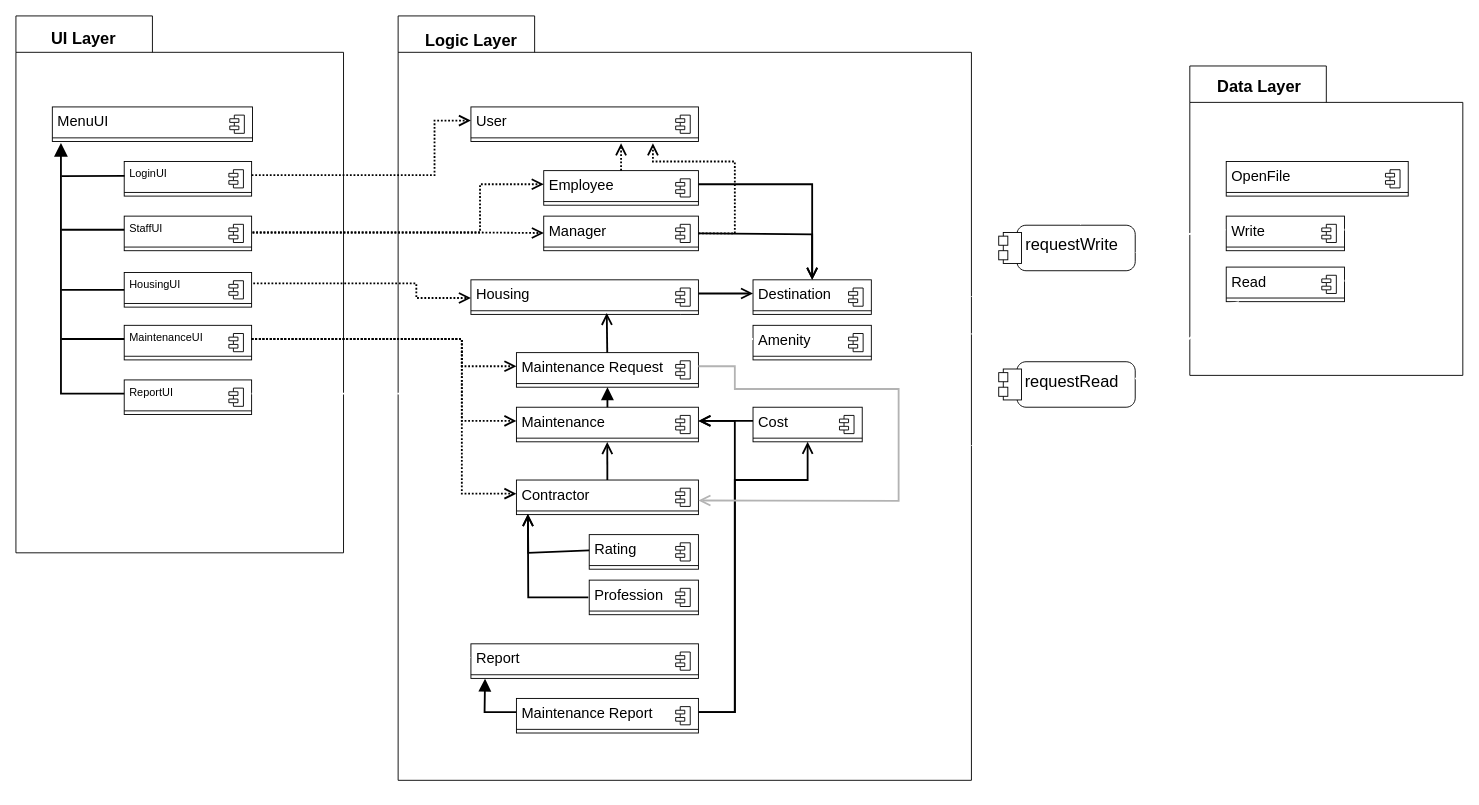
The draw.io diagram design/rit/3-tier design Class Diagram.drawio in Sesslja/Verklegtnamskeid-1, before the edit. Source tidied: cells renumbered, new cells numbered last; positions are measured from the earlier drawing's top-left corner, leaving out a move shared by most shapes. Both pictures are drawn from the tidied source at 91%, with x=0, y=0 at pixel (15, 15).
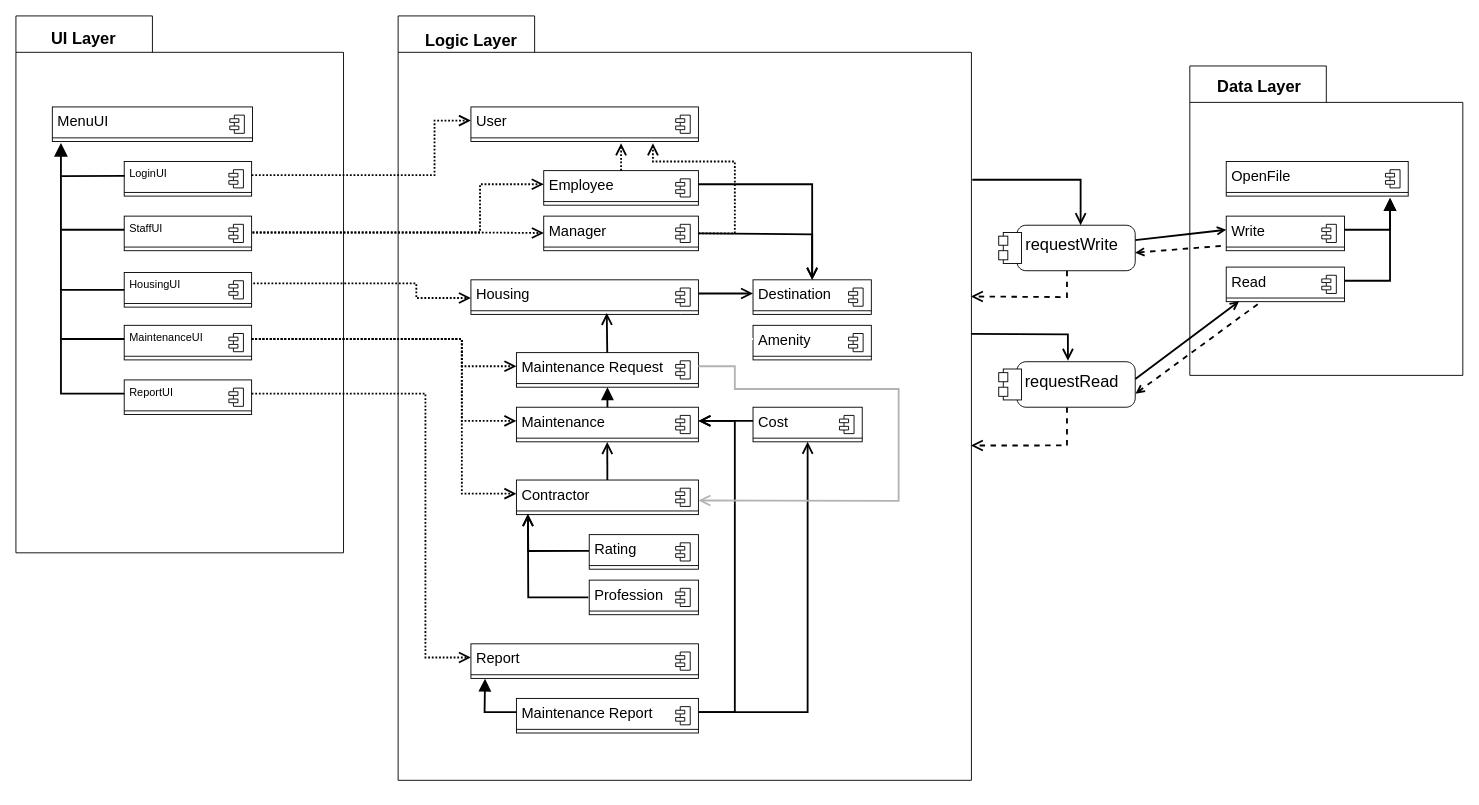
The same diagram, later.

Unchanged cells that the change refers to:
```xml
<mxCell id="26" value="ReportUI" style="html=1;align=left;spacingLeft=4;verticalAlign=top;strokeColor=none;fillColor=none;" parent="25" vertex="1">
  <mxGeometry width="140" height="30" as="geometry" />
</mxCell>
<mxCell id="30" style="group;" parent="1" vertex="1">
  <mxGeometry x="420" width="630" height="850" as="geometry" />
</mxCell>
<mxCell id="31" style="shape=folder;fontStyle=1;tabWidth=150;tabHeight=40;tabPosition=left;html=1;boundedLbl=1;" parent="30" vertex="1">
  <mxGeometry width="630" height="840" as="geometry" />
</mxCell>
<mxCell id="64" style="fontStyle=1;align=center;verticalAlign=top;horizontal=1;fontSize=18;" parent="30" vertex="1">
  <mxGeometry x="130" y="510" width="200" height="38" as="geometry" />
</mxCell>
<mxCell id="72" value="&lt;span style=&quot;font-size: 16px&quot;&gt;Rating&lt;/span&gt;" style="html=1;align=left;spacingLeft=4;verticalAlign=top;strokeColor=none;fillColor=none;" parent="71" vertex="1">
  <mxGeometry width="120" height="30" as="geometry" />
</mxCell>
<mxCell id="76" style="fontStyle=1;align=center;verticalAlign=top;horizontal=1;fontSize=18;" parent="30" vertex="1">
  <mxGeometry x="390" y="430" width="120" height="38" as="geometry" />
</mxCell>
<mxCell id="90" value="&lt;span style=&quot;font-size: 16px&quot;&gt;Maintenance Report&lt;/span&gt;" style="html=1;align=left;spacingLeft=4;verticalAlign=top;strokeColor=none;fillColor=none;" parent="89" vertex="1">
  <mxGeometry width="200" height="30" as="geometry" />
</mxCell>
<mxCell id="94" value="&lt;span style=&quot;font-size: 16px&quot;&gt;Report&lt;/span&gt;" style="html=1;align=left;spacingLeft=4;verticalAlign=top;strokeColor=none;fillColor=none;" parent="93" vertex="1">
  <mxGeometry width="250" height="30" as="geometry" />
</mxCell>
<mxCell id="109" style="fontStyle=1;align=center;verticalAlign=top;horizontal=1;fontSize=18;" parent="102" vertex="1">
  <mxGeometry x="40" y="165" width="130" height="38" as="geometry" />
</mxCell>
<mxCell id="110" value="&lt;span style=&quot;font-size: 16px&quot;&gt;Write&lt;/span&gt;" style="html=1;align=left;spacingLeft=4;verticalAlign=top;strokeColor=none;fillColor=none;" parent="109" vertex="1">
  <mxGeometry width="130" height="30" as="geometry" />
</mxCell>
<mxCell id="113" style="fontStyle=1;align=center;verticalAlign=top;horizontal=1;fontSize=18;" parent="102" vertex="1">
  <mxGeometry x="40" y="221" width="130" height="38" as="geometry" />
</mxCell>
<mxCell id="114" value="&lt;span style=&quot;font-size: 16px&quot;&gt;Read&lt;/span&gt;" style="html=1;align=left;spacingLeft=4;verticalAlign=top;strokeColor=none;fillColor=none;" parent="113" vertex="1">
  <mxGeometry width="130" height="30" as="geometry" />
</mxCell>
<mxCell id="132" value="requestWrite" style="shape=mxgraph.uml25.actionParams;html=1;align=center;verticalAlign=top;absoluteArcSize=1;arcSize=10;dashed=0;spacingLeft=10;spacingTop=5;fontSize=18;" parent="1" vertex="1">
  <mxGeometry x="1080" y="230" width="150" height="50" as="geometry" />
</mxCell>
<mxCell id="136" value="requestRead" style="shape=mxgraph.uml25.actionParams;html=1;align=center;verticalAlign=top;absoluteArcSize=1;arcSize=10;dashed=0;spacingLeft=10;spacingTop=5;fontSize=18;" parent="1" vertex="1">
  <mxGeometry x="1080" y="380" width="150" height="50" as="geometry" />
</mxCell>
```

What changed in the source:
```diff
@@
-    <mxCell id="75" style="edgeStyle=none;rounded=0;html=1;fontSize=18;startArrow=none;startFill=0;endArrow=open;endFill=0;startSize=10;endSize=9;strokeWidth=2;entryX=0.063;entryY=0.984;entryDx=0;entryDy=0;entryPerimeter=0;" parent="30" edge="1" source="72" target="64">
+    <mxCell id="75" style="edgeStyle=none;rounded=0;html=1;fontSize=18;startArrow=none;startFill=0;endArrow=open;endFill=0;startSize=10;endSize=9;strokeWidth=2;entryX=0.063;entryY=0.984;entryDx=0;entryDy=0;entryPerimeter=0;exitX=-0.002;exitY=0.598;exitDx=0;exitDy=0;exitPerimeter=0;" parent="30" edge="1" source="72" target="64">
       <mxGeometry relative="1" as="geometry">
         <Array as="points">
-          <mxPoint x="143" y="590" />
+          <mxPoint x="143" y="588" />
         </Array>
       </mxGeometry>
     </mxCell>
@@
     <mxCell id="82" style="edgeStyle=none;rounded=0;html=1;fontSize=18;startArrow=none;startFill=0;endArrow=open;endFill=0;startSize=10;endSize=9;strokeWidth=2;entryX=0.5;entryY=1;entryDx=0;entryDy=0;" parent="30" edge="1" source="90" target="76">
       <mxGeometry relative="1" as="geometry">
         <Array as="points">
-          <mxPoint x="370" y="765" />
-          <mxPoint x="370" y="510" />
+          <mxPoint x="450" y="765" />
           <mxPoint x="450" y="510" />
         </Array>
       </mxGeometry>
     </mxCell>
@@
-    <mxCell id="130" style="edgeStyle=none;rounded=0;sketch=0;html=1;entryX=0.999;entryY=0.367;entryDx=0;entryDy=0;entryPerimeter=0;shadow=0;fontSize=18;startArrow=none;startFill=0;endArrow=open;endFill=0;startSize=10;endSize=9;strokeColor=#FFFFFF;strokeWidth=2;dashed=1;" parent="1" edge="1" source="132" target="31">
+    <mxCell id="130" style="edgeStyle=none;rounded=0;sketch=0;html=1;entryX=0.999;entryY=0.367;entryDx=0;entryDy=0;entryPerimeter=0;shadow=0;fontSize=18;startArrow=none;startFill=0;endArrow=open;endFill=0;startSize=10;endSize=9;strokeWidth=2;dashed=1;" parent="1" edge="1" source="132" target="31">
       <mxGeometry relative="1" as="geometry">
         <Array as="points">
           <mxPoint x="1155" y="309" />
         </Array>
       </mxGeometry>
     </mxCell>
-    <mxCell id="131" style="edgeStyle=none;rounded=0;sketch=0;html=1;entryX=0;entryY=0.5;entryDx=0;entryDy=0;shadow=0;fontSize=18;startArrow=none;startFill=0;endArrow=open;endFill=0;strokeColor=#FFFFFF;strokeWidth=2;" parent="1" edge="1" source="132" target="110">
+    <mxCell id="131" style="edgeStyle=none;rounded=0;sketch=0;html=1;entryX=0;entryY=0.5;entryDx=0;entryDy=0;shadow=0;fontSize=18;startArrow=none;startFill=0;endArrow=open;endFill=0;strokeWidth=2;" parent="1" edge="1" source="132" target="110">
       <mxGeometry relative="1" as="geometry" />
     </mxCell>
@@
-    <mxCell id="133" style="edgeStyle=none;rounded=0;sketch=0;html=1;entryX=0.6;entryY=0;entryDx=0;entryDy=0;entryPerimeter=0;shadow=0;fontSize=18;startArrow=none;startFill=0;endArrow=open;endFill=0;startSize=10;endSize=9;strokeWidth=2;strokeColor=#FFFFFF;" parent="1" edge="1" target="132">
+    <mxCell id="133" style="edgeStyle=none;rounded=0;sketch=0;html=1;entryX=0.6;entryY=0;entryDx=0;entryDy=0;entryPerimeter=0;shadow=0;fontSize=18;startArrow=none;startFill=0;endArrow=open;endFill=0;startSize=10;endSize=9;strokeWidth=2;" parent="1" edge="1" target="132">
       <mxGeometry relative="1" as="geometry">
         <mxPoint x="1051" y="180" as="sourcePoint" />
         <Array as="points">
           <mxPoint x="1170" y="180" />
         </Array>
       </mxGeometry>
     </mxCell>
-    <mxCell id="134" style="edgeStyle=none;rounded=0;sketch=0;html=1;entryX=0.999;entryY=0.562;entryDx=0;entryDy=0;entryPerimeter=0;shadow=0;dashed=1;fontSize=18;startArrow=none;startFill=0;endArrow=open;endFill=0;startSize=10;endSize=9;strokeColor=#FFFFFF;strokeWidth=2;" parent="1" edge="1" source="136" target="31">
+    <mxCell id="134" style="edgeStyle=none;rounded=0;sketch=0;html=1;entryX=0.999;entryY=0.562;entryDx=0;entryDy=0;entryPerimeter=0;shadow=0;dashed=1;fontSize=18;startArrow=none;startFill=0;endArrow=open;endFill=0;startSize=10;endSize=9;strokeWidth=2;" parent="1" edge="1" source="136" target="31">
       <mxGeometry relative="1" as="geometry">
         <Array as="points">
           <mxPoint x="1155" y="472" />
         </Array>
       </mxGeometry>
     </mxCell>
-    <mxCell id="135" style="edgeStyle=none;rounded=0;sketch=0;html=1;entryX=0.292;entryY=1.008;entryDx=0;entryDy=0;shadow=0;dashed=1;fontSize=18;startArrow=open;startFill=0;endArrow=none;endFill=0;strokeColor=#FFFFFF;strokeWidth=2;exitX=1.002;exitY=0.703;exitDx=0;exitDy=0;exitPerimeter=0;entryPerimeter=0;" parent="1" edge="1" source="136" target="113">
+    <mxCell id="135" style="edgeStyle=none;rounded=0;sketch=0;html=1;entryX=0.292;entryY=1.008;entryDx=0;entryDy=0;shadow=0;dashed=1;fontSize=18;startArrow=open;startFill=0;endArrow=none;endFill=0;strokeWidth=2;exitX=1.002;exitY=0.703;exitDx=0;exitDy=0;exitPerimeter=0;entryPerimeter=0;" parent="1" edge="1" source="136" target="113">
       <mxGeometry relative="1" as="geometry" />
     </mxCell>
@@
-    <mxCell id="137" style="edgeStyle=none;rounded=0;sketch=0;html=1;entryX=0.507;entryY=-0.02;entryDx=0;entryDy=0;entryPerimeter=0;shadow=0;fontSize=18;startArrow=none;startFill=0;endArrow=open;endFill=0;startSize=10;endSize=9;strokeColor=#FFFFFF;strokeWidth=2;exitX=1;exitY=0.416;exitDx=0;exitDy=0;exitPerimeter=0;" parent="1" edge="1" source="31" target="136">
+    <mxCell id="137" style="edgeStyle=none;rounded=0;sketch=0;html=1;entryX=0.507;entryY=-0.02;entryDx=0;entryDy=0;entryPerimeter=0;shadow=0;fontSize=18;startArrow=none;startFill=0;endArrow=open;endFill=0;startSize=10;endSize=9;strokeWidth=2;exitX=1;exitY=0.416;exitDx=0;exitDy=0;exitPerimeter=0;" parent="1" edge="1" source="31" target="136">
       <mxGeometry relative="1" as="geometry">
         <Array as="points">
           <mxPoint x="1156" y="350" />
         </Array>
       </mxGeometry>
     </mxCell>
-    <mxCell id="138" style="edgeStyle=none;rounded=0;sketch=0;html=1;shadow=0;fontSize=18;startArrow=none;startFill=0;endArrow=block;endFill=1;startSize=10;endSize=9;strokeColor=#FFFFFF;strokeWidth=2;" parent="1" edge="1" source="110">
+    <mxCell id="138" style="edgeStyle=none;rounded=0;sketch=0;html=1;shadow=0;fontSize=18;startArrow=none;startFill=0;endArrow=block;endFill=1;startSize=10;endSize=9;strokeWidth=2;" parent="1" edge="1" source="110">
       <mxGeometry relative="1" as="geometry">
         <mxPoint x="1510" y="200" as="targetPoint" />
         <Array as="points">
           <mxPoint x="1510" y="235" />
         </Array>
       </mxGeometry>
     </mxCell>
-    <mxCell id="139" style="edgeStyle=none;rounded=0;sketch=0;html=1;shadow=0;fontSize=18;startArrow=none;startFill=0;endArrow=block;endFill=1;startSize=10;endSize=9;strokeColor=#FFFFFF;strokeWidth=2;exitX=1;exitY=0.5;exitDx=0;exitDy=0;" parent="1" edge="1" source="114">
+    <mxCell id="139" style="edgeStyle=none;rounded=0;sketch=0;html=1;shadow=0;fontSize=18;startArrow=none;startFill=0;endArrow=block;endFill=1;startSize=10;endSize=9;strokeWidth=2;exitX=1;exitY=0.5;exitDx=0;exitDy=0;" parent="1" edge="1" source="114">
       <mxGeometry relative="1" as="geometry">
         <mxPoint x="1510" y="200" as="targetPoint" />
         <Array as="points">
           <mxPoint x="1510" y="291" />
         </Array>
       </mxGeometry>
     </mxCell>
-    <mxCell id="140" style="edgeStyle=none;rounded=0;sketch=0;html=1;entryX=-0.003;entryY=0.852;entryDx=0;entryDy=0;shadow=0;fontSize=18;startArrow=open;startFill=0;endArrow=none;endFill=0;strokeColor=#FFFFFF;strokeWidth=2;exitX=0.999;exitY=0.603;exitDx=0;exitDy=0;exitPerimeter=0;entryPerimeter=0;dashed=1;" parent="1" edge="1" source="132" target="109">
+    <mxCell id="140" style="edgeStyle=none;rounded=0;sketch=0;html=1;entryX=-0.003;entryY=0.852;entryDx=0;entryDy=0;shadow=0;fontSize=18;startArrow=open;startFill=0;endArrow=none;endFill=0;strokeWidth=2;exitX=0.999;exitY=0.603;exitDx=0;exitDy=0;exitPerimeter=0;entryPerimeter=0;dashed=1;" parent="1" edge="1" source="132" target="109">
       <mxGeometry relative="1" as="geometry" />
     </mxCell>
-    <mxCell id="141" style="edgeStyle=none;rounded=0;sketch=0;html=1;entryX=0.109;entryY=0.987;entryDx=0;entryDy=0;shadow=0;fontSize=18;startArrow=none;startFill=0;endArrow=open;endFill=0;strokeColor=#FFFFFF;strokeWidth=2;exitX=1.001;exitY=0.379;exitDx=0;exitDy=0;exitPerimeter=0;entryPerimeter=0;" parent="1" edge="1" source="136" target="113">
+    <mxCell id="141" style="edgeStyle=none;rounded=0;sketch=0;html=1;entryX=0.109;entryY=0.987;entryDx=0;entryDy=0;shadow=0;fontSize=18;startArrow=none;startFill=0;endArrow=open;endFill=0;strokeWidth=2;exitX=1.001;exitY=0.379;exitDx=0;exitDy=0;exitPerimeter=0;entryPerimeter=0;" parent="1" edge="1" source="136" target="113">
       <mxGeometry relative="1" as="geometry" />
     </mxCell>
-    <mxCell id="142" style="edgeStyle=none;rounded=0;sketch=0;html=1;entryX=0;entryY=0.5;entryDx=0;entryDy=0;shadow=0;fontSize=18;startArrow=none;startFill=0;endArrow=open;endFill=0;strokeColor=#FFFFFF;strokeWidth=2;endSize=9;dashed=1;dashPattern=1 1;" parent="1" edge="1" source="26" target="94">
+    <mxCell id="142" style="edgeStyle=none;rounded=0;sketch=0;html=1;entryX=0;entryY=0.5;entryDx=0;entryDy=0;shadow=0;fontSize=18;startArrow=none;startFill=0;endArrow=open;endFill=0;strokeWidth=2;endSize=9;dashed=1;dashPattern=1 1;strokeColor=#050505;" parent="1" edge="1" source="26" target="94">
       <mxGeometry relative="1" as="geometry">
         <Array as="points">
           <mxPoint x="450" y="415" />
           <mxPoint x="450" y="705" />
         </Array>
       </mxGeometry>
     </mxCell>
```
